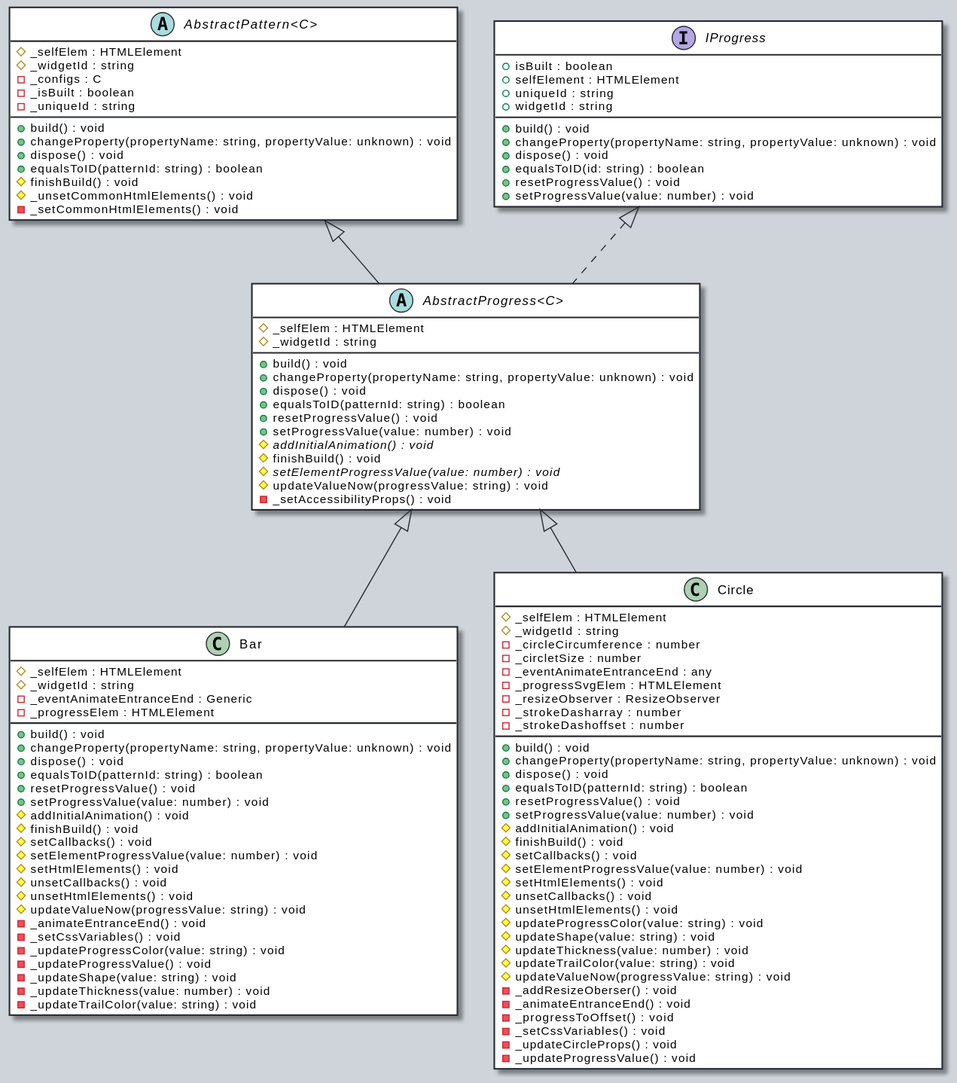
Before: docs/assets/AbstractProgress-umlClassDiagram-4467.svg, a diagram exported from PlantUML (OutSystems/outsystems-ui).
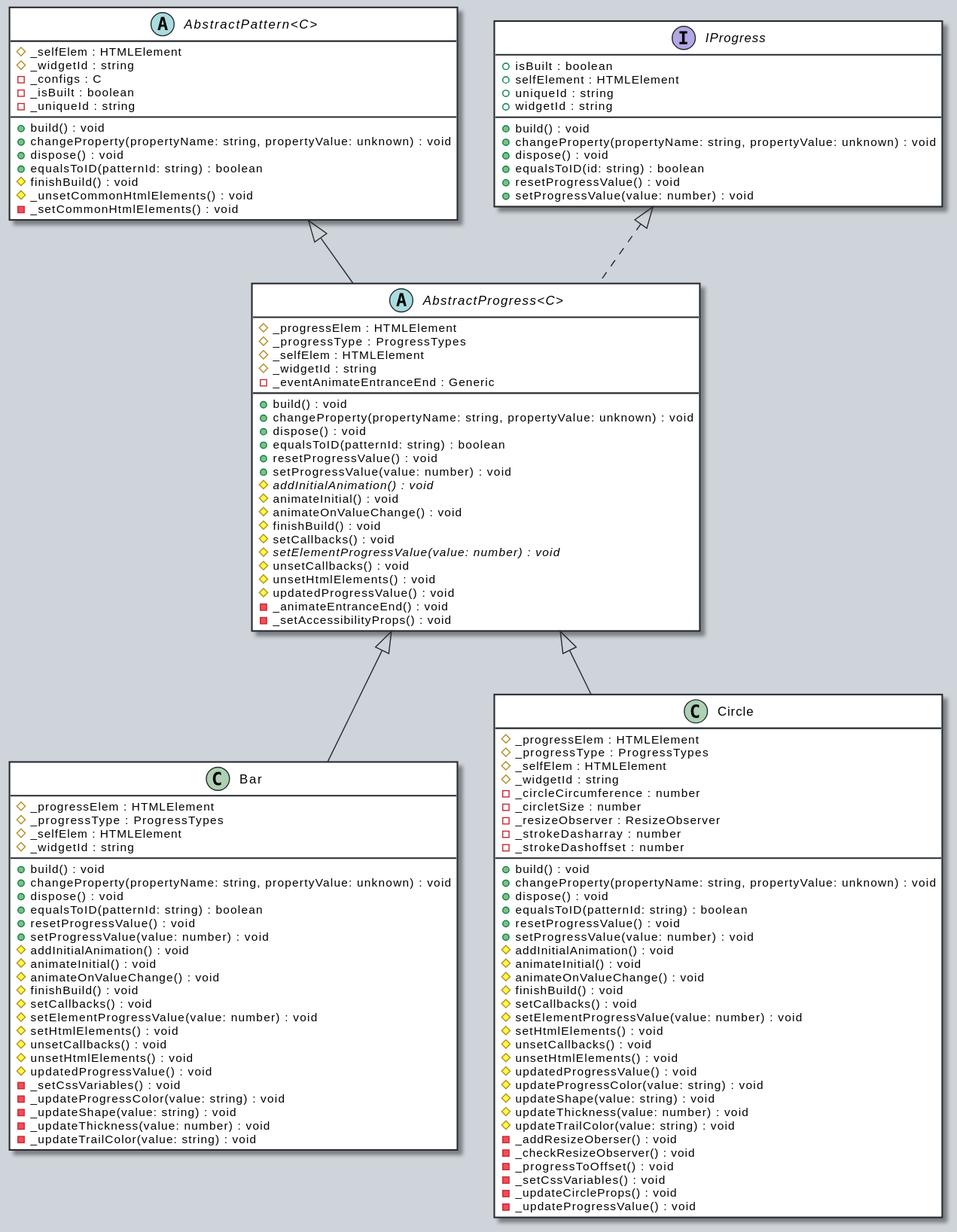
Later version of the same file.

Diff of the diagram source:
```diff
@@ -6,8 +6,11 @@
 hide empty methods
 hide empty fields
 abstract class "AbstractProgress<C>" {
+    #_progressElem : HTMLElement
+    #_progressType : ProgressTypes
     #_selfElem : HTMLElement
     #_widgetId : string
+    -_eventAnimateEntranceEnd : Generic
     +build() : void
     +changeProperty(propertyName: string, propertyValue: unknown) : void
     +dispose() : void
@@ -15,9 +18,15 @@
     +resetProgressValue() : void
     +setProgressValue(value: number) : void
     {abstract} #addInitialAnimation() : void
+    #animateInitial() : void
+    #animateOnValueChange() : void
     #finishBuild() : void
+    #setCallbacks() : void
     {abstract} #setElementProgressValue(value: number) : void
-    #updateValueNow(progressValue: string) : void
+    #unsetCallbacks() : void
+    #unsetHtmlElements() : void
+    #updatedProgressValue() : void
+    -_animateEntranceEnd() : void
     -_setAccessibilityProps() : void
 }
 abstract class "AbstractPattern<C>" {
@@ -49,10 +58,10 @@
 }
 "IProgress" <|.. "AbstractProgress<C>"
 class "Bar" {
+    #_progressElem : HTMLElement
+    #_progressType : ProgressTypes
     #_selfElem : HTMLElement
     #_widgetId : string
-    -_eventAnimateEntranceEnd : Generic
-    -_progressElem : HTMLElement
     +build() : void
     +changeProperty(propertyName: string, propertyValue: unknown) : void
     +dispose() : void
@@ -60,29 +69,29 @@
     +resetProgressValue() : void
     +setProgressValue(value: number) : void
     #addInitialAnimation() : void
+    #animateInitial() : void
+    #animateOnValueChange() : void
     #finishBuild() : void
     #setCallbacks() : void
     #setElementProgressValue(value: number) : void
     #setHtmlElements() : void
     #unsetCallbacks() : void
     #unsetHtmlElements() : void
-    #updateValueNow(progressValue: string) : void
-    -_animateEntranceEnd() : void
+    #updatedProgressValue() : void
     -_setCssVariables() : void
     -_updateProgressColor(value: string) : void
-    -_updateProgressValue() : void
     -_updateShape(value: string) : void
     -_updateThickness(value: number) : void
     -_updateTrailColor(value: string) : void
 }
 "AbstractProgress<C>" <|-- "Bar"
 class "Circle" {
+    #_progressElem : HTMLElement
+    #_progressType : ProgressTypes
     #_selfElem : HTMLElement
     #_widgetId : string
     -_circleCircumference : number
     -_circletSize : number
-    -_eventAnimateEntranceEnd : any
-    -_progressSvgElem : HTMLElement
     -_resizeObserver : ResizeObserver
     -_strokeDasharray : number
     -_strokeDashoffset : number
@@ -93,19 +102,21 @@
     +resetProgressValue() : void
     +setProgressValue(value: number) : void
     #addInitialAnimation() : void
+    #animateInitial() : void
+    #animateOnValueChange() : void
     #finishBuild() : void
     #setCallbacks() : void
     #setElementProgressValue(value: number) : void
     #setHtmlElements() : void
     #unsetCallbacks() : void
     #unsetHtmlElements() : void
+    #updatedProgressValue() : void
     #updateProgressColor(value: string) : void
     #updateShape(value: string) : void
     #updateThickness(value: number) : void
     #updateTrailColor(value: string) : void
-    #updateValueNow(progressValue: string) : void
     -_addResizeOberser() : void
-    -_animateEntranceEnd() : void
+    -_checkResizeObserver() : void
     -_progressToOffset() : void
     -_setCssVariables() : void
     -_updateCircleProps() : void
```
